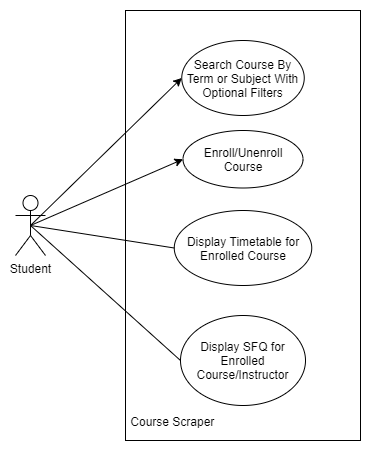
The draw.io diagram Activity1/System Use Case.png in nathan-mhk/COMP3111_Project, before a commit. Source tidied: cells renumbered, new cells last; positions are measured from the earlier drawing's top-left corner, leaving out a move shared by most shapes.
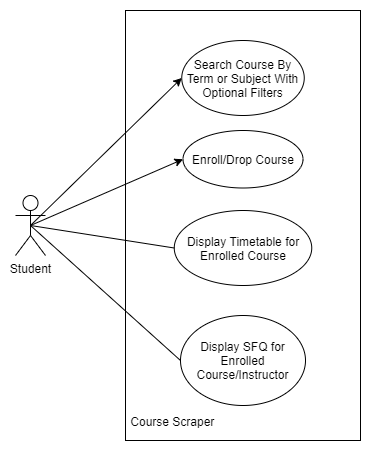
After the commit.

The edit, as a diff of the source:
```diff
@@ -17,7 +17,7 @@
     <mxCell id="6" value="Display Timetable for Enrolled Course" style="ellipse;whiteSpace=wrap;html=1;" parent="1" vertex="1">
       <mxGeometry x="158.8" y="200" width="137.5" height="75" as="geometry" />
     </mxCell>
-    <mxCell id="7" value="Enroll/Unenroll Course" style="ellipse;whiteSpace=wrap;html=1;" parent="1" vertex="1">
+    <mxCell id="7" value="Enroll/Drop Course" style="ellipse;whiteSpace=wrap;html=1;" parent="1" vertex="1">
       <mxGeometry x="167.5" y="120" width="120" height="57.5" as="geometry" />
     </mxCell>
     <mxCell id="8" style="endArrow=classic;html=1;entryX=0;entryY=0.5;entryDx=0;entryDy=0;exitX=0.5;exitY=0.5;exitDx=0;exitDy=0;exitPerimeter=0;" parent="1" edge="1" source="3" target="4">
```
